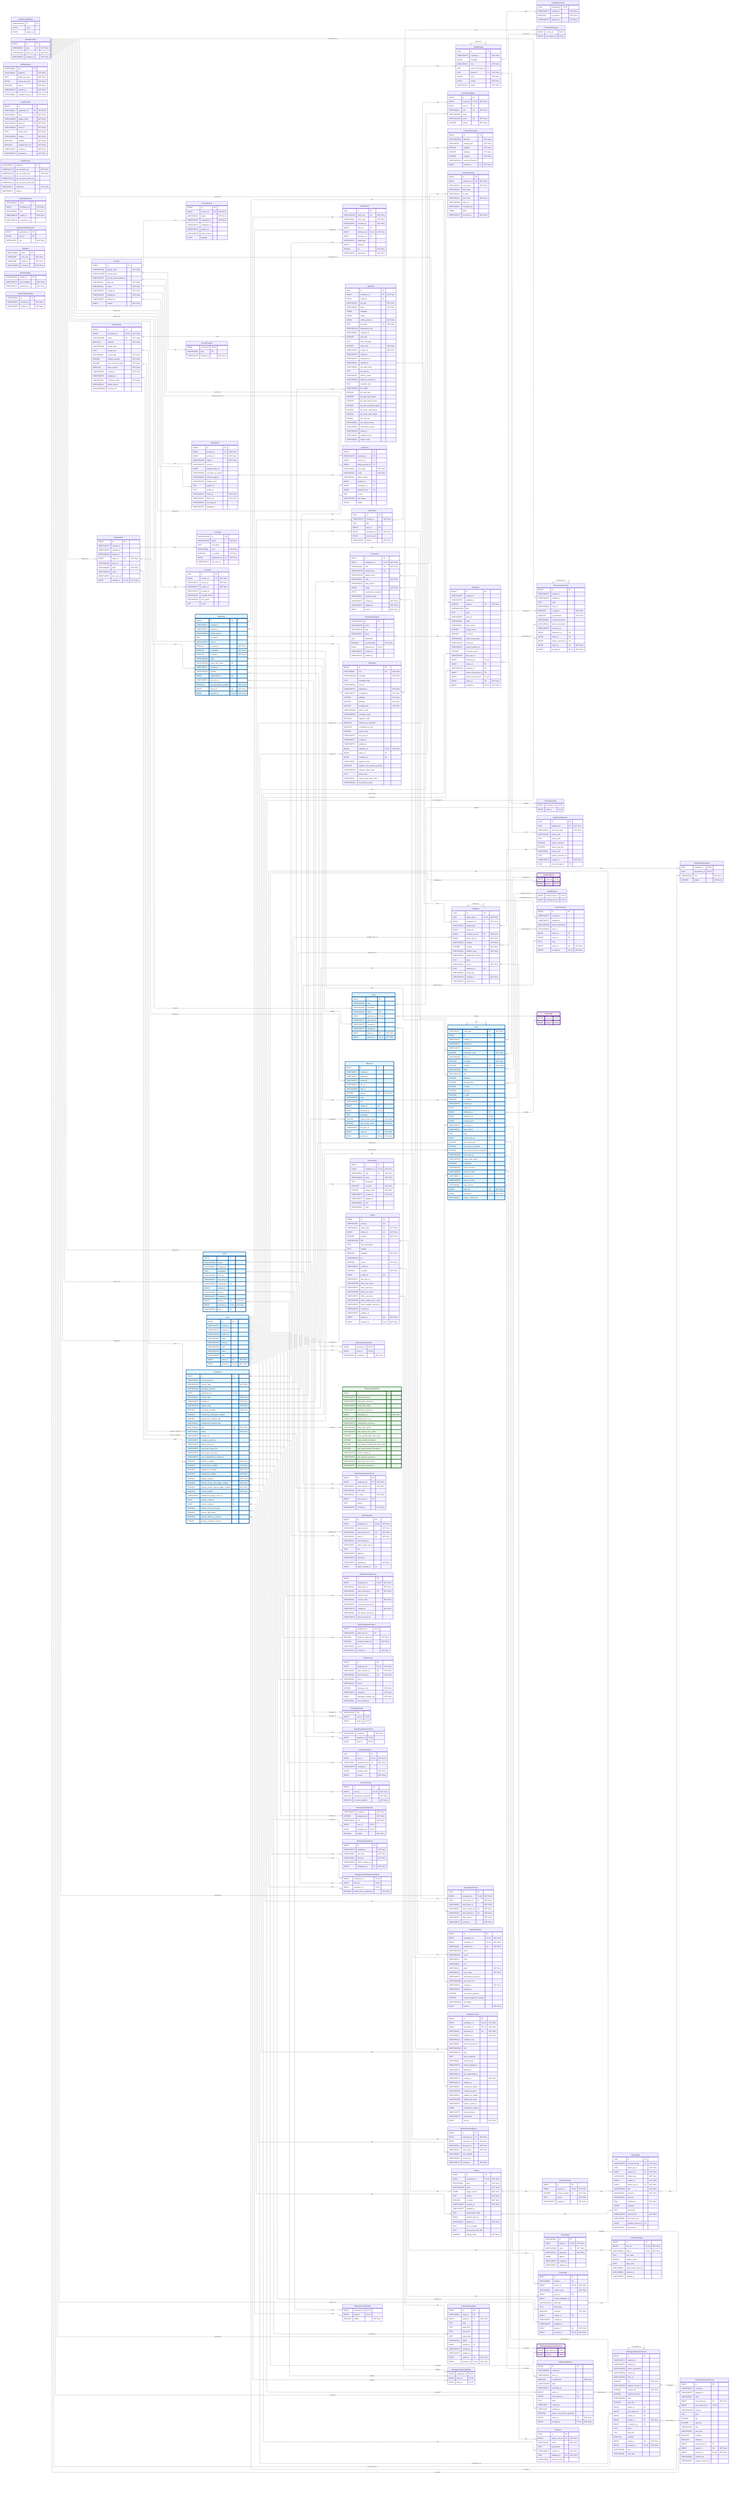
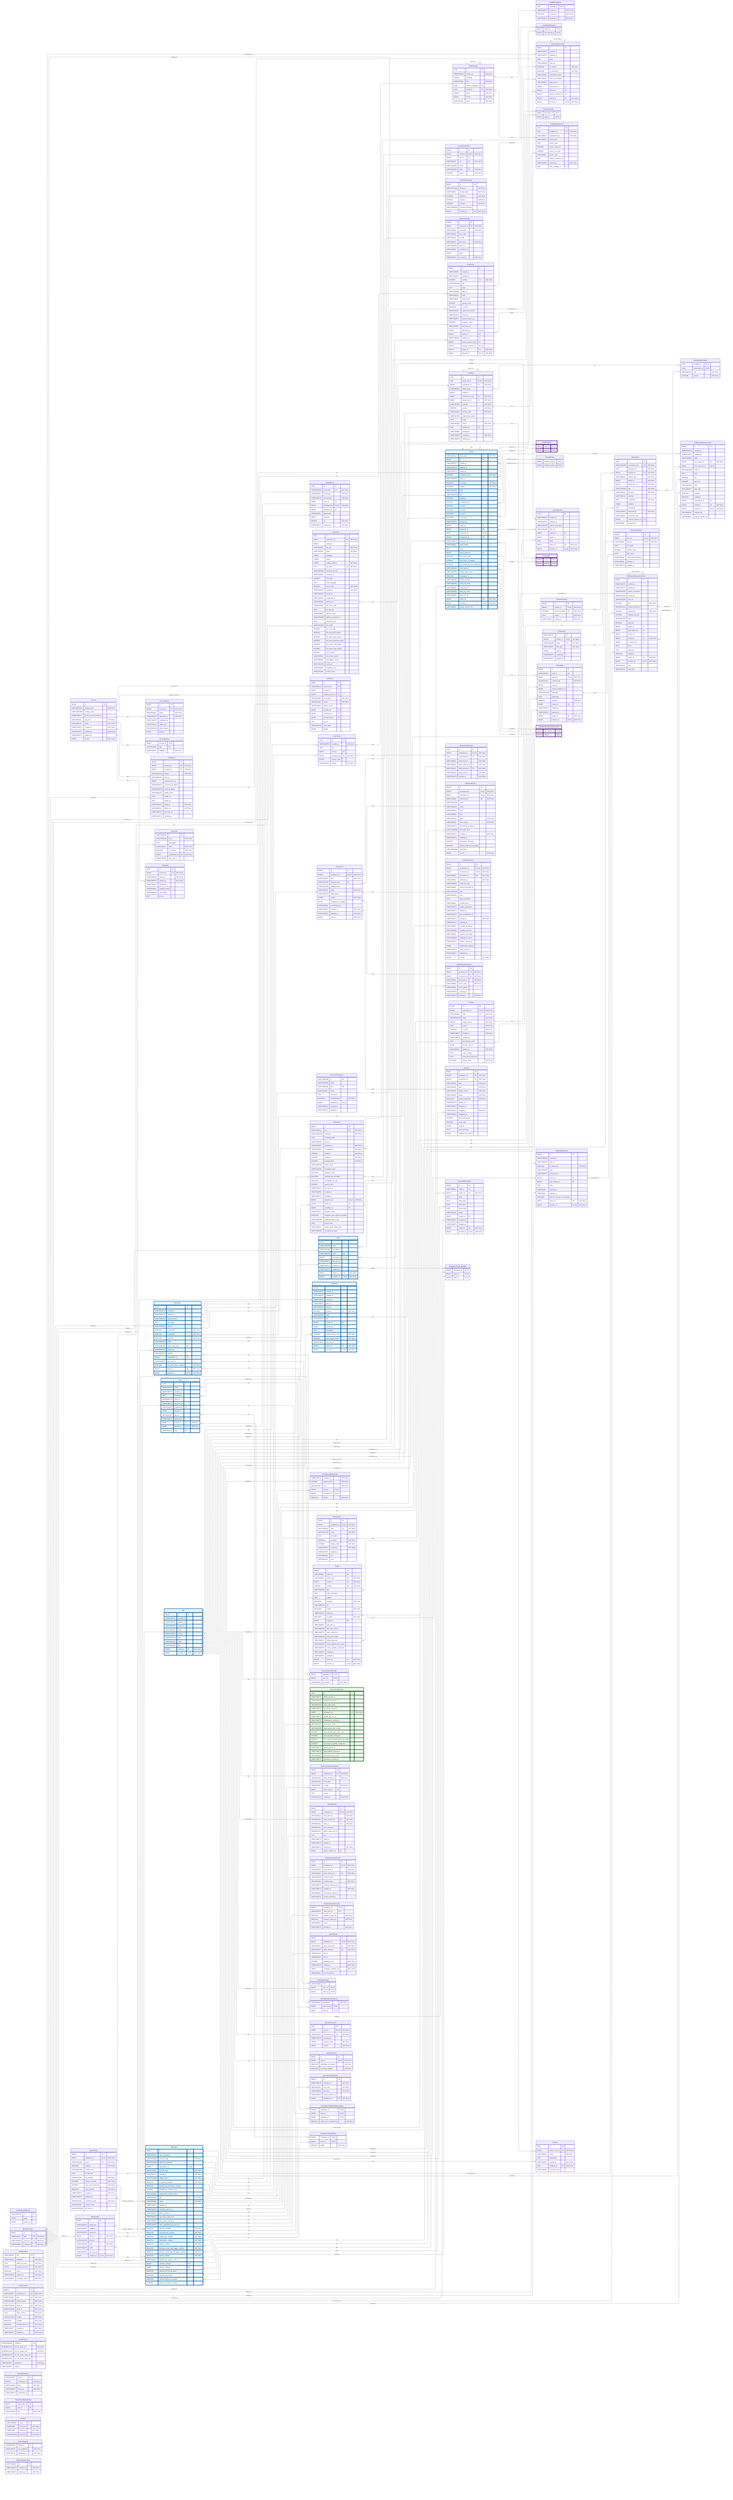
---
config:
    layout: elk
---
erDiagram
    %% Generated automatically from PostgreSQL database schema
    %% using scripts/generate-mermaid-erd.ts
    %% To regenerate: pnpm run db:generate-erd-docs

    direction LR

    Account {
        BIGINT id PK
        VARCHAR(255) display_name "NOT NULL"
        USER-DEFINED primary_email
        TIMESTAMPTZ primary_email_verified_at
        VARCHAR(16) app_role "NOT NULL"
        VARCHAR(16) status "NOT NULL"
        TIMESTAMPTZ created_at "NOT NULL"
        TIMESTAMPTZ updated_at "NOT NULL"
        TIMESTAMPTZ deleted_at
        BIGINT version "NOT NULL"
    }

    AccountExport {
        BIGINT id PK
        BIGINT account_id FK "NOT NULL"
        VARCHAR(16) status "NOT NULL"
        TIMESTAMPTZ requested_at "NOT NULL"
        TIMESTAMPTZ completed_at
        TIMESTAMPTZ expires_at
        VARCHAR(128) failure_reason
        BYTEA payload
    }

    AccountFeature {
        BIGINT account_id PK,FK
        VARCHAR(64) flag PK
        TIMESTAMPTZ enabled_at "NOT NULL"
    }

    ActivityEvent {
        UUID id PK
        VARCHAR(255) event_key UK "NOT NULL"
        VARCHAR(64) event_type "NOT NULL"
        TIMESTAMPTZ occurred_at "NOT NULL"
        BIGINT actor_id FK
        BIGINT workspace_id FK,UK "NOT NULL"
        BIGINT repository_id FK
        VARCHAR(32) target_type
        BIGINT target_id
        DOUBLE xp "NOT NULL"
        TIMESTAMPTZ ingested_at "NOT NULL"
    }

    AgentConfig {
        BIGINT id PK
        BIGINT workspace_id FK,UK "NOT NULL"
        VARCHAR(100) name UK "NOT NULL"
        BOOLEAN enabled "NOT NULL"
        VARCHAR(128) model_name
        TEXT llm_api_key
        VARCHAR(32) llm_provider "NOT NULL"
        INTEGER timeout_seconds "NOT NULL"
        INTEGER max_concurrent_jobs "NOT NULL"
        BOOLEAN allow_internet "NOT NULL"
        TIMESTAMPTZ created_at "NOT NULL"
        TIMESTAMPTZ updated_at
        VARCHAR(16) credential_mode "NOT NULL"
        VARCHAR(50) model_version
        VARCHAR(2048) llm_base_url
    }

    AgentJob {
        UUID id PK
        BIGINT workspace_id FK "NOT NULL"
        BIGINT config_id FK
        VARCHAR(50) job_type "NOT NULL"
        VARCHAR(20) status "NOT NULL"
        JSONB metadata
        JSONB output
        JSONB config_snapshot "NOT NULL"
        TEXT job_token UK "NOT NULL"
        VARCHAR(255) idempotency_key
        VARCHAR(64) container_id
        INTEGER exit_code
        TEXT error_message
        INTEGER retry_count "NOT NULL"
        TIMESTAMPTZ created_at "NOT NULL"
        TIMESTAMPTZ started_at
        TIMESTAMPTZ completed_at
        VARCHAR(64) network_id
        VARCHAR(64) job_token_hash
        TEXT llm_api_key
        VARCHAR(20) delivery_status
        VARCHAR(255) delivery_comment_id
        TEXT container_logs
        VARCHAR(100) llm_model
        INTEGER llm_total_calls
        INTEGER llm_total_input_tokens
        INTEGER llm_total_output_tokens
        INTEGER llm_total_reasoning_tokens
        INTEGER llm_cache_read_tokens
        INTEGER llm_cache_write_tokens
        DOUBLE llm_cost_usd
        VARCHAR(50) llm_model_version
        VARCHAR(32) cancellation_reason
        VARCHAR(255) worker_id
        VARCHAR(48) integration_kind
        VARCHAR(48) subject_class
    }

    AuthEvent {
        BIGINT id PK
        TIMESTAMPTZ occurred_at PK
        BIGINT account_id FK
        BIGINT acting_account_id FK
        VARCHAR(48) event_type "NOT NULL"
        VARCHAR(16) result "NOT NULL"
        VARCHAR(64) failure_reason
        BIGINT provider_id FK
        BIGINT workspace_id FK
        BIGINT identity_link_id FK
        INET ip_inet
        VARCHAR(512) user_agent
        JSONB details
    }

    AuthRateLimitBucket {
        VARCHAR(255) id PK
        BYTEA state
        BIGINT expires_at
    }

    ChatMessage {
        UUID id PK
        TIMESTAMPTZ created_at "NOT NULL"
        JSONB metadata
        VARCHAR(16) role "NOT NULL"
        UUID parent_message_id FK
        UUID thread_id FK "NOT NULL"
        JSONB parts "NOT NULL"
        BIGINT version "NOT NULL"
        VARCHAR(16) status "NOT NULL"
    }

    ChatMessageVote {
        UUID message_id PK,FK
        TIMESTAMPTZ created_at "NOT NULL"
        BOOLEAN is_upvoted "NOT NULL"
        TIMESTAMPTZ updated_at "NOT NULL"
    }

    ChatThread {
        UUID id PK
        TIMESTAMPTZ created_at "NOT NULL"
        TEXT title
        BIGINT user_id FK
        BIGINT workspace_id FK "NOT NULL"
        BYTEA session_jsonl
        VARCHAR(16) surface "NOT NULL"
    }

    CommitContributor {
        BIGINT id PK
        BIGINT commit_id FK,UK "NOT NULL"
        BIGINT user_id FK
        VARCHAR(32) role UK "NOT NULL"
        VARCHAR(255) name
        VARCHAR(255) email UK "NOT NULL"
        INTEGER ordinal "NOT NULL"
    }

    CommitFileChange {
        BIGINT id PK
        VARCHAR(1024) filename "NOT NULL"
        VARCHAR(32) change_type "NOT NULL"
        INTEGER additions "NOT NULL"
        INTEGER deletions "NOT NULL"
        INTEGER changes "NOT NULL"
        VARCHAR(1024) previous_filename
        BIGINT commit_id FK "NOT NULL"
    }

    CommitPullRequest {
        BIGINT commit_id PK,FK
        BIGINT pull_request_id PK,FK
    }

    Connection {
        BIGINT id PK
        BIGINT workspace_id FK,UK "NOT NULL"
        VARCHAR(48) kind UK "NOT NULL"
        VARCHAR(128) instance_key UK
        VARCHAR(256) display_name
        VARCHAR(32) state "NOT NULL"
        VARCHAR(512) state_reason
        JSONB config "NOT NULL"
        BYTEA credentials_encrypted
        VARCHAR(64) credentials_alg
        TIMESTAMPTZ created_at "NOT NULL"
        TIMESTAMPTZ updated_at "NOT NULL"
        BIGINT version "NOT NULL"
    }

    ConnectionAudit {
        BIGINT id PK
        BIGINT connection_id FK "NOT NULL"
        VARCHAR(48) event_type "NOT NULL"
        VARCHAR(32) from_state
        VARCHAR(32) to_state
        VARCHAR(32) actor_kind "NOT NULL"
        VARCHAR(256) actor_ref
        VARCHAR(64) correlation_id
        JSONB detail
        TIMESTAMPTZ occurred_at "NOT NULL"
    }

    Discussion {
        BIGINT id PK
        TIMESTAMPTZ created_at
        TIMESTAMPTZ updated_at
        INTEGER number UK "NOT NULL"
        VARCHAR(1024) title
        TEXT body
        VARCHAR(512) html_url
        VARCHAR(16) state
        VARCHAR(32) state_reason
        INTEGER upvote_count
        BOOLEAN is_locked
        VARCHAR(32) active_lock_reason
        TIMESTAMPTZ closed_at
        TIMESTAMPTZ answer_chosen_at
        INTEGER comment_count
        TIMESTAMPTZ last_sync_at
        BIGINT repository_id FK,UK
        BIGINT author_id FK
        VARCHAR(128) category_id FK
        BIGINT answer_chosen_by_id FK
        BIGINT answer_comment_id FK,UK
        BIGINT native_id UK "NOT NULL"
        BIGINT provider_id FK,UK "NOT NULL"
    }

    DiscussionCategory {
        VARCHAR(128) id PK
        VARCHAR(255) name
        VARCHAR(128) slug UK
        VARCHAR(32) emoji
        TEXT description
        BOOLEAN is_answerable "NOT NULL"
        BIGINT repository_id FK,UK
        TIMESTAMPTZ created_at
        TIMESTAMPTZ updated_at
    }

    DiscussionComment {
        BIGINT id PK
        TIMESTAMPTZ created_at
        TIMESTAMPTZ updated_at
        TEXT body
        VARCHAR(512) html_url
        BOOLEAN is_answer "NOT NULL"
        BOOLEAN is_minimized "NOT NULL"
        VARCHAR(64) minimized_reason
        VARCHAR(32) author_association
        TIMESTAMPTZ last_sync_at
        BIGINT discussion_id FK
        BIGINT author_id FK
        BIGINT parent_comment_id FK
        BIGINT native_id UK "NOT NULL"
        BIGINT provider_id FK,UK "NOT NULL"
    }

    DiscussionLabel {
        BIGINT discussion_id PK,FK
        BIGINT label_id PK,FK
    }

    Feedback {
        UUID id PK
        UUID agent_job_id FK,UK "NOT NULL"
        BIGINT workspace_id FK "NOT NULL"
        VARCHAR(32) artifact_type
        BIGINT artifact_id
        BIGINT recipient_user_id FK "NOT NULL"
        BIGINT about_user_id FK "NOT NULL"
        VARCHAR(32) channel "NOT NULL"
        INTEGER position UK "NOT NULL"
        VARCHAR(16) delivery_state "NOT NULL"
        VARCHAR(32) suppression_reason
        TEXT body
        VARCHAR(16) source "NOT NULL"
        UUID replaces_id FK
        VARCHAR(64) thread_key
        TIMESTAMPTZ created_at "NOT NULL"
        TIMESTAMPTZ delivered_at
    }

    FeedbackObservation {
        UUID feedback_id PK,FK
        UUID observation_id PK,FK
        VARCHAR(16) role "NOT NULL"
        INTEGER ordinal "NOT NULL"
    }

    FeedbackPlacement {
        UUID id PK
        UUID feedback_id FK "NOT NULL"
        VARCHAR(32) placement_type "NOT NULL"
        VARCHAR(16) anchor_kind
        TEXT anchor_path
        INTEGER anchor_start_line
        INTEGER anchor_end_line
        VARCHAR(8) anchor_side
        TEXT posted_comment_ref
        TIMESTAMPTZ created_at "NOT NULL"
        UUID chat_message_id FK
    }

    GitCommit {
        BIGINT id PK
        VARCHAR(40) sha UK "NOT NULL"
        VARCHAR(1024) message "NOT NULL"
        TEXT message_body
        VARCHAR(512) html_url
        TIMESTAMPTZ authored_at "NOT NULL"
        TIMESTAMPTZ committed_at "NOT NULL"
        INTEGER additions "NOT NULL"
        INTEGER deletions "NOT NULL"
        INTEGER changed_files "NOT NULL"
        VARCHAR(255) author_email
        VARCHAR(255) committer_email
        BOOLEAN signature_valid
        BOOLEAN authored_by_committer
        BOOLEAN committed_via_web
        INTEGER parent_count
        TIMESTAMPTZ last_sync_at
        TIMESTAMPTZ created_at
        TIMESTAMPTZ updated_at
        BIGINT repository_id FK,UK "NOT NULL"
        BIGINT author_id FK
        BIGINT committer_id FK
        VARCHAR(32) signature_state
        BOOLEAN signature_was_signed_by_github
        VARCHAR(255) signature_signer_login
        TEXT parent_shas
        VARCHAR(32) status_check_rollup_state
        VARCHAR(255) on_behalf_of_login
    }

    IdentityLink {
        BIGINT id PK
        BIGINT account_id FK "NOT NULL"
        BIGINT provider_id FK "NOT NULL"
        VARCHAR(255) subject "NOT NULL"
        VARCHAR(255) team_id
        BIGINT external_actor_id
        VARCHAR(255) username_at_signup
        VARCHAR(320) email_at_signup
        VARCHAR(255) display_name
        TEXT avatar_url
        TEXT profile_url
        TIMESTAMPTZ linked_at "NOT NULL"
        VARCHAR(16) linked_via "NOT NULL"
        TIMESTAMPTZ last_login_at
        TIMESTAMPTZ disabled_at
    }

    IdentityProvider {
        BIGINT id PK
        VARCHAR(10) type UK "NOT NULL"
        VARCHAR(512) server_url UK "NOT NULL"
        TIMESTAMPTZ created_at "NOT NULL"
    }

    Issue {
        VARCHAR(31) issue_type UK "NOT NULL"
        BIGINT id PK
        TIMESTAMPTZ created_at
        TIMESTAMPTZ updated_at
        TIMESTAMPTZ closed_at
        INTEGER comments_count "NOT NULL"
        VARCHAR(255) html_url
        BOOLEAN is_locked "NOT NULL"
        INTEGER number UK "NOT NULL"
        VARCHAR(255) state
        VARCHAR(1024) title
        INTEGER additions
        INTEGER changed_files
        INTEGER commits
        INTEGER deletions
        BOOLEAN is_draft
        BOOLEAN is_merged
        TIMESTAMPTZ merged_at
        BIGINT author_id FK
        BIGINT milestone_id FK
        BIGINT repository_id FK,UK
        BIGINT merged_by_id FK
        TIMESTAMPTZ last_sync_at
        VARCHAR(32) state_reason
        TEXT body
        BIGINT parent_issue_id FK
        INTEGER sub_issues_total
        INTEGER sub_issues_completed
        INTEGER sub_issues_percent_completed
        VARCHAR(128) issue_type_id FK
        VARCHAR(255) merge_state_status
        BOOLEAN mergeable
        VARCHAR(255) review_decision
        VARCHAR(255) head_ref_name
        VARCHAR(40) head_ref_oid
        VARCHAR(255) base_ref_name
        VARCHAR(40) base_ref_oid
        BIGINT native_id UK "NOT NULL"
        BIGINT provider_id FK,UK "NOT NULL"
        VARCHAR(40) merge_commit_sha
    }

    IssueAssignee {
        BIGINT issue_id PK,FK
        BIGINT user_id PK,FK
    }

    IssueBlocking {
        BIGINT blocked_issue_id PK,FK
        BIGINT blocking_issue_id PK,FK
    }

    IssueComment {
        BIGINT id PK
        TIMESTAMPTZ created_at
        TIMESTAMPTZ updated_at
        VARCHAR(255) author_association
        VARCHAR(255) html_url
        BIGINT author_id FK
        BIGINT issue_id FK
        TEXT body
        BIGINT native_id UK "NOT NULL"
        BIGINT provider_id FK,UK "NOT NULL"
    }

    IssueLabel {
        BIGINT issue_id PK,FK
        BIGINT label_id PK,FK
    }

    IssueType {
        VARCHAR(128) id PK
        VARCHAR(128) name "NOT NULL"
        TEXT description
        VARCHAR(20) color "NOT NULL"
        BOOLEAN is_enabled "NOT NULL"
        BIGINT organization_id FK "NOT NULL"
        TIMESTAMPTZ last_sync_at
    }

    IssuedJwt {
        UUID jti PK
        BIGINT account_id FK "NOT NULL"
        TIMESTAMPTZ issued_at "NOT NULL"
        TIMESTAMPTZ expires_at "NOT NULL"
        TIMESTAMPTZ revoked_at
        VARCHAR(32) revoked_reason
        VARCHAR(512) user_agent
        INET ip_inet
    }

    JwtSigningKey {
        VARCHAR(64) kid PK
        VARCHAR(16) algorithm "NOT NULL"
        TEXT public_key_pem "NOT NULL"
        BYTEA private_key_pem "NOT NULL"
        BOOLEAN active "NOT NULL"
        TIMESTAMPTZ created_at "NOT NULL"
        VARCHAR(64) encryption_key_id "NOT NULL"
    }

    Label {
        BIGINT id PK
        VARCHAR(255) color
        VARCHAR(255) description
        VARCHAR(255) name UK
        BIGINT repository_id FK,UK
        TIMESTAMPTZ last_sync_at
        TIMESTAMPTZ created_at
        TIMESTAMPTZ updated_at
        BIGINT native_id UK "NOT NULL"
        BIGINT provider_id FK,UK "NOT NULL"
    }

    LoginProvider {
        BIGINT id PK
        VARCHAR(64) registration_id UK "NOT NULL"
        VARCHAR(10) type UK "NOT NULL"
        VARCHAR(255) display_name "NOT NULL"
        VARCHAR(512) base_url UK "NOT NULL"
        VARCHAR(512) client_id "NOT NULL"
        TEXT client_secret "NOT NULL"
        VARCHAR(512) scopes "NOT NULL"
        BOOLEAN enabled "NOT NULL"
        BOOLEAN seeded_from_env "NOT NULL"
        TIMESTAMPTZ created_at "NOT NULL"
        TIMESTAMPTZ updated_at "NOT NULL"
    }

    MentorSlackThread {
        UUID id PK
        BIGINT workspace_id FK,UK "NOT NULL"
        UUID chat_thread_id FK "NOT NULL"
        VARCHAR(32) slack_team_id "NOT NULL"
        VARCHAR(32) slack_channel_id UK "NOT NULL"
        VARCHAR(32) slack_thread_ts UK "NOT NULL"
        VARCHAR(32) slack_user_id "NOT NULL"
        TIMESTAMPTZ created_at "NOT NULL"
    }

    Milestone {
        BIGINT id PK
        TIMESTAMPTZ created_at
        TIMESTAMPTZ updated_at
        TIMESTAMPTZ closed_at
        TIMESTAMPTZ due_on
        VARCHAR(255) html_url
        INTEGER number UK "NOT NULL"
        VARCHAR(255) state
        VARCHAR(255) title
        BIGINT creator_id FK
        BIGINT repository_id FK,UK
        TEXT description
        INTEGER closed_issues_count "NOT NULL"
        INTEGER open_issues_count "NOT NULL"
        TIMESTAMPTZ last_sync_at
        BIGINT native_id UK "NOT NULL"
        BIGINT provider_id FK,UK "NOT NULL"
    }

    ModelPricing {
        VARCHAR(128) model_id PK
        NUMERIC(12,6) per_1k_input_usd "NOT NULL"
        NUMERIC(12,6) per_1k_output_usd "NOT NULL"
        NUMERIC(12,6) per_1k_cache_read_usd
        NUMERIC(12,6) per_1k_cache_write_usd
        TIMESTAMPTZ valid_from "NOT NULL"
        TIMESTAMPTZ valid_to
    }

    OauthStateNonce {
        VARCHAR(32) nonce PK
        BIGINT workspace_id "NOT NULL"
        VARCHAR(48) kind "NOT NULL"
        TIMESTAMPTZ issued_at "NOT NULL"
        TIMESTAMPTZ consumed_at
    }

    Observation {
        UUID id PK
        VARCHAR(255) occurrence_key UK "NOT NULL"
        UUID agent_job_id "NOT NULL"
        BIGINT practice_id FK "NOT NULL"
        VARCHAR(32) artifact_type "NOT NULL"
        BIGINT artifact_id "NOT NULL"
        BIGINT about_user_id FK "NOT NULL"
        VARCHAR(255) title "NOT NULL"
        VARCHAR(16) presence "NOT NULL"
        VARCHAR(16) severity
        REAL confidence "NOT NULL"
        JSONB evidence
        TEXT reasoning
        TIMESTAMPTZ observed_at "NOT NULL"
        VARCHAR(64) recurrence_key
        BIGINT practice_revision_id FK
        VARCHAR(8) assessment
    }

    Organization {
        BIGINT id PK
        TIMESTAMPTZ created_at
        TIMESTAMPTZ updated_at
        VARCHAR(255) avatar_url
        BIGINT native_id UK "NOT NULL"
        VARCHAR(255) html_url
        VARCHAR(255) login UK "NOT NULL"
        VARCHAR(255) name
        TIMESTAMPTZ last_sync_at
        BIGINT provider_id FK,UK "NOT NULL"
    }

    OrganizationMembership {
        BIGINT organization_id PK
        BIGINT user_id PK
        VARCHAR(32) role "NOT NULL"
    }

    OutlineCollection {
        BIGINT id PK
        BIGINT workspace_id FK,UK "NOT NULL"
        BIGINT connection_id FK,UK "NOT NULL"
        VARCHAR(64) collection_id UK "NOT NULL"
        VARCHAR(1024) name
        VARCHAR(512) url_id
        VARCHAR(32) color
        VARCHAR(64) icon
        VARCHAR(16) state "NOT NULL"
        VARCHAR(16) sync_status "NOT NULL"
        TIMESTAMPTZ documents_synced_at
        VARCHAR(2048) last_sync_error
        TIMESTAMPTZ created_at "NOT NULL"
        TIMESTAMPTZ updated_at
        INTEGER documents_upstream
        INTEGER exports_skipped_for_budget
        VARCHAR(2048) description
        BIGINT version "NOT NULL"
    }

    OutlineDocument {
        BIGINT id PK
        BIGINT workspace_id FK,UK "NOT NULL"
        BIGINT connection_id FK,UK "NOT NULL"
        VARCHAR(64) document_id UK "NOT NULL"
        VARCHAR(64) collection_id "NOT NULL"
        VARCHAR(512) collection_slug
        VARCHAR(64) parent_document_id
        VARCHAR(1024) title
        VARCHAR(512) slug
        TEXT body_markdown
        VARCHAR(64) content_hash
        TIMESTAMPTZ outline_updated_at
        TIMESTAMPTZ deleted_at
        TIMESTAMPTZ last_materialized_at
        TIMESTAMPTZ created_at "NOT NULL"
        TIMESTAMPTZ updated_at
        VARCHAR(64) created_by_subject
        VARCHAR(255) created_by_name
        VARCHAR(64) updated_by_subject
        VARCHAR(255) updated_by_name
        TIMESTAMPTZ outline_created_at
        JSONB collaborator_subjects
        TIMESTAMPTZ body_evicted_at
        TIMESTAMPTZ archived_at
        BIGINT version "NOT NULL"
    }

    OutlineDocumentEvent {
        BIGINT id PK
        BIGINT workspace_id FK "NOT NULL"
        BIGINT connection_id FK "NOT NULL"
        VARCHAR(64) document_id "NOT NULL"
        VARCHAR(64) event_name "NOT NULL"
        VARCHAR(64) actor_subject
        TIMESTAMPTZ occurred_at
        TIMESTAMPTZ created_at "NOT NULL"
    }

    Practice {
        BIGINT id PK
        BIGINT workspace_id FK,UK "NOT NULL"
        VARCHAR(64) slug UK "NOT NULL"
        VARCHAR(128) name "NOT NULL"
        JSONB trigger_events "NOT NULL"
        TEXT criteria "NOT NULL"
        BOOLEAN is_active "NOT NULL"
        TIMESTAMPTZ created_at "NOT NULL"
        TIMESTAMPTZ updated_at
        TEXT precompute_script
        BIGINT practice_area_id FK
        VARCHAR(32) applies_to "NOT NULL"
        TEXT why_it_matters
        TEXT what_good_looks_like
        INTEGER display_order "NOT NULL"
    }

    PracticeArea {
        BIGINT id PK
        BIGINT workspace_id FK,UK "NOT NULL"
        VARCHAR(64) slug UK "NOT NULL"
        VARCHAR(128) name "NOT NULL"
        TEXT description
        BOOLEAN is_active "NOT NULL"
        INTEGER display_order "NOT NULL"
        TIMESTAMPTZ created_at "NOT NULL"
        TIMESTAMPTZ updated_at
        VARCHAR(64) icon
        VARCHAR(32) color
    }

    PracticeRevision {
        BIGINT id PK
        BIGINT practice_id FK,UK "NOT NULL"
        INTEGER revision_number UK "NOT NULL"
        TEXT criteria "NOT NULL"
        TIMESTAMPTZ created_at "NOT NULL"
    }

    Project {
        BIGINT id PK
        VARCHAR(64) node_id UK
        VARCHAR(32) owner_type UK "NOT NULL"
        BIGINT owner_id UK "NOT NULL"
        INTEGER number UK "NOT NULL"
        VARCHAR(256) title
        TEXT short_description
        TEXT readme
        BOOLEAN template "NOT NULL"
        VARCHAR(512) url
        BOOLEAN closed "NOT NULL"
        TIMESTAMPTZ closed_at
        BOOLEAN is_public "NOT NULL"
        BIGINT creator_id FK
        TIMESTAMPTZ last_sync_at
        VARCHAR(256) item_sync_cursor
        TIMESTAMPTZ items_synced_at
        VARCHAR(256) field_sync_cursor
        TIMESTAMPTZ fields_synced_at
        VARCHAR(256) status_update_sync_cursor
        TIMESTAMPTZ status_updates_synced_at
        TIMESTAMPTZ created_at
        TIMESTAMPTZ updated_at
        BIGINT native_id UK "NOT NULL"
        BIGINT provider_id FK,UK "NOT NULL"
    }

    ProjectField {
        VARCHAR(64) id PK
        BIGINT project_id FK,UK "NOT NULL"
        VARCHAR(256) name UK "NOT NULL"
        VARCHAR(32) data_type "NOT NULL"
        JSONB options
        TIMESTAMPTZ created_at
        TIMESTAMPTZ updated_at
    }

    ProjectFieldValue {
        BIGINT id PK
        BIGINT item_id FK,UK "NOT NULL"
        VARCHAR(64) field_id FK,UK "NOT NULL"
        TEXT text_value
        DOUBLE number_value
        DATE date_value
        VARCHAR(64) single_select_option_id
        VARCHAR(64) iteration_id
        TIMESTAMPTZ updated_at
    }

    ProjectItem {
        BIGINT id PK
        VARCHAR(64) node_id UK
        BIGINT project_id FK,UK "NOT NULL"
        VARCHAR(32) content_type "NOT NULL"
        BIGINT issue_id FK
        BIGINT content_database_id
        VARCHAR(1024) draft_title
        TEXT draft_body
        BOOLEAN archived "NOT NULL"
        BIGINT creator_id FK
        TIMESTAMPTZ created_at
        TIMESTAMPTZ updated_at
        BIGINT native_id UK "NOT NULL"
        BIGINT provider_id FK,UK "NOT NULL"
    }

    ProjectStatusUpdate {
        BIGINT id PK
        VARCHAR(64) node_id UK
        BIGINT project_id FK "NOT NULL"
        TEXT body
        TEXT body_html
        DATE start_date
        DATE target_date
        VARCHAR(32) status
        BIGINT creator_id FK
        TIMESTAMPTZ created_at
        TIMESTAMPTZ updated_at
        BIGINT native_id UK "NOT NULL"
        BIGINT provider_id FK,UK "NOT NULL"
    }

    PullRequestRequestedReviewer {
        BIGINT pull_request_id PK,FK
        BIGINT user_id PK,FK
    }

    PullRequestReview {
        BIGINT id PK
        VARCHAR(255) commit_id
        VARCHAR(255) html_url
        BOOLEAN is_dismissed "NOT NULL"
        VARCHAR(255) state
        TIMESTAMPTZ submitted_at
        BIGINT author_id FK
        BIGINT pull_request_id FK
        TEXT body
        TIMESTAMP created_at
        TIMESTAMP updated_at
        BOOLEAN author_can_push_to_repository
        BIGINT native_id UK "NOT NULL"
        BIGINT provider_id FK,UK "NOT NULL"
    }

    PullRequestReviewComment {
        BIGINT id PK
        TIMESTAMPTZ created_at
        TIMESTAMPTZ updated_at
        VARCHAR(255) author_association
        VARCHAR(255) commit_id
        VARCHAR(255) html_url
        INTEGER line "NOT NULL"
        VARCHAR(255) original_commit_id
        INTEGER original_line "NOT NULL"
        INTEGER original_start_line
        VARCHAR(255) path
        INTEGER start_line
        BIGINT author_id FK
        BIGINT pull_request_id FK
        BIGINT review_id FK
        BIGINT thread_id FK "NOT NULL"
        BIGINT in_reply_to_id FK
        TEXT body
        TEXT diff_hunk
        BOOLEAN outdated
        BIGINT native_id UK "NOT NULL"
        BIGINT provider_id FK,UK "NOT NULL"
        VARCHAR(16) side
        VARCHAR(16) start_side
    }

    PullRequestReviewThread {
        BIGINT id PK
        TIMESTAMPTZ created_at
        TIMESTAMPTZ updated_at
        VARCHAR(20) state
        BIGINT pull_request_id FK "NOT NULL"
        BIGINT root_comment_id FK,UK
        VARCHAR(128) node_id
        TEXT path
        INTEGER line
        INTEGER start_line
        VARCHAR(16) side
        VARCHAR(16) start_side
        BOOLEAN outdated
        BOOLEAN collapsed
        BIGINT resolved_by_id FK
        BIGINT native_id UK "NOT NULL"
        BIGINT provider_id FK,UK "NOT NULL"
        VARCHAR(64) commit_sha
        VARCHAR(64) original_commit_sha
    }

    Reaction {
        UUID id PK
        BIGINT reactor_user_id FK "NOT NULL"
        VARCHAR(16) action "NOT NULL"
        TEXT explanation
        TIMESTAMPTZ created_at "NOT NULL"
        UUID feedback_id FK "NOT NULL"
        VARCHAR(64) recurrence_key
    }

    Repository {
        BIGINT id PK
        TIMESTAMPTZ created_at
        TIMESTAMPTZ updated_at
        VARCHAR(255) default_branch
        TEXT description
        VARCHAR(512) html_url
        BOOLEAN is_archived "NOT NULL"
        BOOLEAN is_disabled "NOT NULL"
        BOOLEAN is_private "NOT NULL"
        VARCHAR(255) name
        VARCHAR(150) name_with_owner UK
        TIMESTAMPTZ pushed_at
        VARCHAR(255) visibility
        BIGINT organization_id FK
        TIMESTAMPTZ last_sync_at
        BOOLEAN has_discussions_enabled "NOT NULL"
        BIGINT native_id UK "NOT NULL"
        BIGINT provider_id FK,UK "NOT NULL"
    }

    RepositoryCollaborator {
        BIGINT repository_id PK,FK
        BIGINT user_id PK,FK
        VARCHAR(32) permission "NOT NULL"
    }

    RepositoryToMonitor {
        BIGINT id PK
        TIMESTAMPTZ labels_synced_at
        TIMESTAMPTZ milestones_synced_at
        VARCHAR(255) name_with_owner
        TIMESTAMPTZ repository_synced_at
        BIGINT workspace_id FK "NOT NULL"
        TIMESTAMPTZ backfill_last_run_at
        TIMESTAMPTZ collaborators_synced_at
        VARCHAR(255) issue_sync_cursor
        VARCHAR(255) pull_request_sync_cursor
        INTEGER issue_backfill_high_water_mark
        INTEGER issue_backfill_checkpoint
        INTEGER pull_request_backfill_high_water_mark
        INTEGER pull_request_backfill_checkpoint
        TIMESTAMPTZ issues_synced_at
        TIMESTAMPTZ pull_requests_synced_at
        VARCHAR(255) discussion_sync_cursor
        TIMESTAMPTZ discussions_synced_at
    }

    Shedlock {
        VARCHAR(64) name PK
        TIMESTAMP lock_until "NOT NULL"
        TIMESTAMP locked_at "NOT NULL"
        VARCHAR(255) locked_by "NOT NULL"
    }

    SlackChannelConsentEvent {
        BIGINT id PK
        BIGINT workspace_id FK "NOT NULL"
        VARCHAR(32) slack_channel_id "NOT NULL"
        VARCHAR(16) from_state
        VARCHAR(16) to_state "NOT NULL"
        BIGINT actor_user_id FK
        TEXT reason
        TIMESTAMPTZ created_at "NOT NULL"
    }

    SlackMessage {
        BIGINT id PK
        BIGINT workspace_id FK,UK "NOT NULL"
        VARCHAR(32) slack_team_id "NOT NULL"
        VARCHAR(32) slack_channel_id UK "NOT NULL"
        VARCHAR(32) slack_ts UK "NOT NULL"
        VARCHAR(32) slack_thread_ts
        VARCHAR(32) author_slack_user_id
        TEXT text
        TIMESTAMPTZ edited_at
        TIMESTAMPTZ deleted_at
        TIMESTAMPTZ ingested_at "NOT NULL"
        BIGINT author_member_id FK
    }

    SlackMonitoredChannel {
        BIGINT id PK
        BIGINT workspace_id FK,UK "NOT NULL"
        VARCHAR(32) slack_team_id "NOT NULL"
        VARCHAR(32) slack_channel_id UK "NOT NULL"
        VARCHAR(256) channel_name
        VARCHAR(16) consent_state "NOT NULL"
        TIMESTAMPTZ consent_announced_at
        TIMESTAMPTZ created_at "NOT NULL"
        VARCHAR(32) last_history_synced_ts
        TIMESTAMPTZ history_synced_at
    }

    SlackParticipantConsent {
        BIGINT workspace_id PK,FK
        VARCHAR(32) slack_user_id PK
        BOOLEAN ingestion_opted_out "NOT NULL"
        BOOLEAN research_opted_out "NOT NULL"
        VARCHAR(32) source
        TIMESTAMPTZ decided_at "NOT NULL"
    }

    SlackThread {
        BIGINT id PK
        BIGINT workspace_id FK,UK "NOT NULL"
        VARCHAR(32) slack_channel_id UK "NOT NULL"
        VARCHAR(32) slack_thread_ts UK "NOT NULL"
        VARCHAR(32) first_ts
        VARCHAR(32) last_ts
        INTEGER message_count "NOT NULL"
        TIMESTAMPTZ created_at "NOT NULL"
        ARRAY participant_member_ids "NOT NULL"
        VARCHAR(32) last_reviewed_ts
+     }
+ 
+     SyncJob {
+         BIGINT id PK
+         BIGINT workspace_id FK "NOT NULL"
+         BIGINT connection_id FK "NOT NULL"
+         VARCHAR(48) kind "NOT NULL"
+         VARCHAR(32) type "NOT NULL"
+         VARCHAR(32) trigger_source "NOT NULL"
+         VARCHAR(32) status "NOT NULL"
+         BOOLEAN cancel_requested "NOT NULL"
+         TIMESTAMPTZ started_at
+         TIMESTAMPTZ finished_at
+         TIMESTAMPTZ created_at "NOT NULL"
+         TIMESTAMPTZ heartbeat_at
+         INTEGER items_processed
+         INTEGER items_total
+         JSONB progress
+         TEXT error_summary
+         BIGINT triggered_by_user_id
    }

    Team {
        BIGINT id PK
        VARCHAR(255) name
        TIMESTAMPTZ created_at
        TEXT description
        VARCHAR(512) html_url
        TIMESTAMPTZ last_sync_at
        VARCHAR(255) organization UK
        BIGINT parent_id
        VARCHAR(32) privacy
        TIMESTAMPTZ updated_at
        BIGINT native_id UK "NOT NULL"
        BIGINT provider_id FK,UK "NOT NULL"
        VARCHAR(512) slug UK
    }

    TeamMembership {
        VARCHAR(32) role
        BIGINT user_id PK,FK
        BIGINT team_id PK,FK
    }

    TeamRepositoryPermission {
        VARCHAR(32) permission "NOT NULL"
        BIGINT repository_id PK,FK
        BIGINT team_id PK,FK
    }

    User {
        BIGINT id PK
        TIMESTAMPTZ created_at
        TIMESTAMPTZ updated_at
        VARCHAR(255) avatar_url
        VARCHAR(255) email
        VARCHAR(255) html_url
        VARCHAR(255) login
        VARCHAR(255) name
        VARCHAR(255) type
        BIGINT native_id UK "NOT NULL"
        BIGINT provider_id FK,UK "NOT NULL"
    }

    UserAchievement {
        UUID id PK
        BIGINT user_id FK,UK "NOT NULL"
        VARCHAR(64) achievement_id UK "NOT NULL"
        TIMESTAMPTZ unlocked_at
        JSONB progress_data "NOT NULL"
        BIGINT version "NOT NULL"
    }

    UserPreference {
        BIGINT id PK
        BIGINT user_id FK,UK "NOT NULL"
        BOOLEAN participate_in_research "NOT NULL"
        BOOLEAN ai_review_enabled "NOT NULL"
    }

    WorkerRegistry {
        VARCHAR(255) worker_id PK
        TIMESTAMPTZ last_heartbeat "NOT NULL"
        TIMESTAMPTZ registered_at "NOT NULL"
    }

    WorkerTokenDenylist {
        VARCHAR(64) jti PK
        TIMESTAMPTZ revoked_at "NOT NULL"
        TIMESTAMPTZ expires_at "NOT NULL"
    }

    Workspace {
        BIGINT id PK
        TIMESTAMPTZ users_synced_at
        VARCHAR(120) account_login "NOT NULL"
        VARCHAR(255) repository_selection
        BIGINT organization_id FK,UK
        VARCHAR(10) account_type "NOT NULL"
        TIMESTAMPTZ created_at "NOT NULL"
        VARCHAR(120) display_name "NOT NULL"
        BOOLEAN is_publicly_viewable "NOT NULL"
        BOOLEAN leaderboard_notification_enabled
        INTEGER leaderboard_schedule_day
        VARCHAR(10) leaderboard_schedule_time
        VARCHAR(64) slug UK "NOT NULL"
        VARCHAR(20) status "NOT NULL"
        TIMESTAMPTZ updated_at
        TIMESTAMPTZ members_synced_at
        TIMESTAMPTZ teams_synced_at
        TIMESTAMPTZ sub_issues_synced_at
        TIMESTAMPTZ issue_types_synced_at
        TIMESTAMPTZ issue_dependencies_synced_at
        BOOLEAN practices_enabled "NOT NULL"
        BOOLEAN achievements_enabled "NOT NULL"
        BOOLEAN leaderboard_enabled "NOT NULL"
        BOOLEAN progression_enabled "NOT NULL"
        BOOLEAN leagues_enabled "NOT NULL"
        BOOLEAN practice_review_auto_trigger_enabled "NOT NULL"
        BOOLEAN practice_review_manual_trigger_enabled "NOT NULL"
        BOOLEAN mentor_enabled "NOT NULL"
        TIMESTAMPTZ leaderboard_league_cycle_at
        BIGINT practice_config_id FK
        BIGINT mentor_config_id FK
        BOOLEAN practice_run_for_all_users
        BOOLEAN practice_skip_drafts
        BOOLEAN practice_deliver_to_merged
        INTEGER practice_cooldown_minutes
    }

    WorkspaceMembership {
        TIMESTAMPTZ created_at "NOT NULL"
        INTEGER league_points "NOT NULL"
        VARCHAR(16) role "NOT NULL"
        BIGINT user_id PK,FK
        BIGINT workspace_id PK,FK
        BOOLEAN hidden "NOT NULL"
    }

    WorkspaceSlugHistory {
        BIGINT id PK
        TIMESTAMPTZ changed_at "NOT NULL"
        VARCHAR(64) new_slug "NOT NULL"
        VARCHAR(64) old_slug "NOT NULL"
        TIMESTAMPTZ redirect_expires_at
        BIGINT workspace_id FK "NOT NULL"
    }

    WorkspaceTeamLabelFilter {
        BIGINT workspace_id PK,FK
        BIGINT team_id PK,FK
        BIGINT label_id PK,FK
    }

    WorkspaceTeamRepositorySetting {
        BIGINT workspace_id PK,FK
        BIGINT team_id PK,FK
        BIGINT repository_id PK,FK
        BOOLEAN hidden_from_contributions "NOT NULL"
    }

    WorkspaceTeamSetting {
        BIGINT workspace_id PK,FK
        BIGINT team_id PK,FK
        BOOLEAN hidden "NOT NULL"
    }

    %% Relationships
    %% One-to-One relationships
    Account ||--|| AccountFeature : has
    Workspace ||--|| ActivityEvent : has
    Workspace ||--|| AgentConfig : has
    ChatMessage ||--|| ChatMessageVote : has
    GitCommit ||--|| CommitContributor : has
    Workspace ||--|| Connection : has
    Repository ||--|| Discussion : has
    DiscussionComment ||--|| Discussion : references
    IdentityProvider ||--|| Discussion : references
    Repository ||--|| DiscussionCategory : has
    IdentityProvider ||--|| DiscussionComment : commented_on
    AgentJob ||--|| Feedback : has
    Repository ||--|| GitCommit : has
    Repository ||--|| Issue : has
    IdentityProvider ||--|| Issue : references
    IdentityProvider ||--|| IssueComment : commented_on
    Repository ||--|| Label : labeled
    IdentityProvider ||--|| Label : labeled
    Workspace ||--|| MentorSlackThread : has
    Repository ||--|| Milestone : has
    IdentityProvider ||--|| Milestone : references
    IdentityProvider ||--|| Organization : references
    Workspace ||--|| OutlineCollection : has
    Connection ||--|| OutlineCollection : has
    Workspace ||--|| OutlineDocument : has
    Connection ||--|| OutlineDocument : has
    Workspace ||--|| Practice : has
    Workspace ||--|| PracticeArea : has
    Practice ||--|| PracticeRevision : has
    IdentityProvider ||--|| Project : references
    Project ||--|| ProjectField : has
    ProjectItem ||--|| ProjectFieldValue : has
    ProjectField ||--|| ProjectFieldValue : has
    Project ||--|| ProjectItem : has
    IdentityProvider ||--|| ProjectItem : references
    IdentityProvider ||--|| ProjectStatusUpdate : references
    IdentityProvider ||--|| PullRequestReview : reviewed
    IdentityProvider ||--|| PullRequestReviewComment : commented_on
    PullRequestReviewComment ||--|| PullRequestReviewThread : reviewed
    IdentityProvider ||--|| PullRequestReviewThread : reviewed
    IdentityProvider ||--|| Repository : references
    Workspace ||--|| SlackMessage : has
    Workspace ||--|| SlackMonitoredChannel : has
    Workspace ||--|| SlackParticipantConsent : has
    Workspace ||--|| SlackThread : has
    IdentityProvider ||--|| Team : references
    IdentityProvider ||--|| User : references
    User ||--|| UserAchievement : has
    User ||--|| UserPreference : has
    Organization ||--|| Workspace : has
    User ||--|| WorkspaceMembership : belongs_to
    Workspace ||--|| WorkspaceMembership : belongs_to

    %% One-to-Many relationships
    Account ||--o{ AccountExport : has
    User ||--o{ ActivityEvent : references
    Repository ||--o{ ActivityEvent : has
    Workspace ||--o{ AgentJob : has
    AgentConfig ||--o{ AgentJob : has
    Account ||--o{ AuthEvent : account_id
    Account ||--o{ AuthEvent : acting_account_id
    IdentityProvider ||--o{ AuthEvent : references
    Workspace ||--o{ AuthEvent : has
    IdentityLink ||--o{ AuthEvent : has
    ChatMessage ||--o{ ChatMessage : references
    ChatThread ||--o{ ChatMessage : has
    User ||--o{ ChatThread : has
    Workspace ||--o{ ChatThread : has
    User ||--o{ CommitContributor : has
    GitCommit ||--o{ CommitFileChange : has
    Connection ||--o{ ConnectionAudit : has
    User ||--o{ Discussion : authored_by
    DiscussionCategory ||--o{ Discussion : has
    User ||--o{ Discussion : references
    Discussion ||--o{ DiscussionComment : commented_on
    User ||--o{ DiscussionComment : commented_on
    DiscussionComment ||--o{ DiscussionComment : commented_on
    Workspace ||--o{ Feedback : has
    User ||--o{ Feedback : recipient_user_id
    User ||--o{ Feedback : about_user_id
    Feedback ||--o{ Feedback : references
    Feedback ||--o{ FeedbackPlacement : has
    ChatMessage ||--o{ FeedbackPlacement : has
    User ||--o{ GitCommit : authored_by
    User ||--o{ GitCommit : references
    Account ||--o{ IdentityLink : has
    IdentityProvider ||--o{ IdentityLink : references
    User ||--o{ Issue : authored_by
    Milestone ||--o{ Issue : has
    User ||--o{ Issue : merged_by
    Issue ||--o{ Issue : has
    IssueType ||--o{ Issue : has
    User ||--o{ IssueComment : commented_on
    Issue ||--o{ IssueComment : commented_on
    Organization ||--o{ IssueType : has
    Account ||--o{ IssuedJwt : has
    ChatThread ||--o{ MentorSlackThread : has
    User ||--o{ Milestone : created_by
    Practice ||--o{ Observation : has
    User ||--o{ Observation : has
    PracticeRevision ||--o{ Observation : has
    Workspace ||--o{ OutlineDocumentEvent : has
    Connection ||--o{ OutlineDocumentEvent : has
    PracticeArea ||--o{ Practice : has
    User ||--o{ Project : created_by
    Issue ||--o{ ProjectItem : has
    User ||--o{ ProjectItem : created_by
    Project ||--o{ ProjectStatusUpdate : has
    User ||--o{ ProjectStatusUpdate : created_by
    User ||--o{ PullRequestReview : reviewed
    Issue ||--o{ PullRequestReview : reviewed
    User ||--o{ PullRequestReviewComment : commented_on
    Issue ||--o{ PullRequestReviewComment : commented_on
    PullRequestReview ||--o{ PullRequestReviewComment : commented_on
    PullRequestReviewThread ||--o{ PullRequestReviewComment : commented_on
    PullRequestReviewComment ||--o{ PullRequestReviewComment : commented_on
    Issue ||--o{ PullRequestReviewThread : reviewed
    User ||--o{ PullRequestReviewThread : reviewed
    User ||--o{ Reaction : has
    Feedback ||--o{ Reaction : has
    Organization ||--o{ Repository : has
    Workspace ||--o{ RepositoryToMonitor : monitors
    Workspace ||--o{ SlackChannelConsentEvent : has
    User ||--o{ SlackChannelConsentEvent : has
    User ||--o{ SlackMessage : authored_by
+     Workspace ||--o{ SyncJob : has
+     Connection ||--o{ SyncJob : has
    AgentConfig ||--o{ Workspace : practice_config_id
    AgentConfig ||--o{ Workspace : mentor_config_id
    Workspace ||--o{ WorkspaceSlugHistory : has

    %% Many-to-Many relationships
    GitCommit }o--o{ CommitPullRequest : has
    Issue }o--o{ CommitPullRequest : references
    Discussion }o--o{ DiscussionLabel : labeled
    Label }o--o{ DiscussionLabel : labeled
    Feedback }o--o{ FeedbackObservation : has
    Observation }o--o{ FeedbackObservation : has
    Issue }o--o{ IssueAssignee : assigned_to
    User }o--o{ IssueAssignee : assigned_to
    Issue }o--o{ IssueBlocking : blocked_issue_id
    Issue }o--o{ IssueBlocking : blocking_issue_id
    Issue }o--o{ IssueLabel : labeled
    Label }o--o{ IssueLabel : labeled
    Issue }o--o{ PullRequestRequestedReviewer : reviewed
    User }o--o{ PullRequestRequestedReviewer : reviewed
    Repository }o--o{ RepositoryCollaborator : has
    User }o--o{ RepositoryCollaborator : has
    User }o--o{ TeamMembership : belongs_to
    Team }o--o{ TeamMembership : belongs_to
    Repository }o--o{ TeamRepositoryPermission : has
    Team }o--o{ TeamRepositoryPermission : has
    Workspace }o--o{ WorkspaceTeamLabelFilter : labeled
    Team }o--o{ WorkspaceTeamLabelFilter : labeled
    Label }o--o{ WorkspaceTeamLabelFilter : labeled
    Workspace }o--o{ WorkspaceTeamRepositorySetting : has
    Team }o--o{ WorkspaceTeamRepositorySetting : has
    Repository }o--o{ WorkspaceTeamRepositorySetting : has
    Workspace }o--o{ WorkspaceTeamSetting : has
    Team }o--o{ WorkspaceTeamSetting : has

    %% Styling
    classDef primaryEntity fill:#e1f5fe,stroke:#01579b,stroke-width:2px
    classDef associationEntity fill:#f3e5f5,stroke:#4a148c,stroke-width:2px
    classDef metadataEntity fill:#e8f5e8,stroke:#1b5e20,stroke-width:2px

    class Issue primaryEntity
    class IssueAssignee associationEntity
    class IssueLabel associationEntity
    class Label primaryEntity
    class Milestone primaryEntity
    class PullRequestRequestedReviewer associationEntity
    class Repository primaryEntity
    class RepositoryToMonitor metadataEntity
    class Team primaryEntity
    class User primaryEntity
    class Workspace primaryEntity
